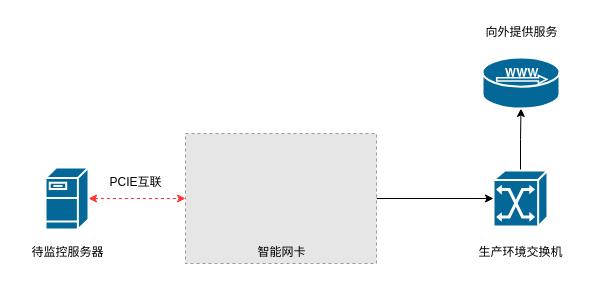
poetlife/diagrams keeps this draw.io diagram as new-monitoring-topology.drawio. Above is the earlier version. Source tidied: cells renumbered, new cells numbered last; positions are measured from the earlier drawing's top-left corner, leaving out a move shared by most shapes. Both pictures are drawn from the tidied source at 100%, with x=0, y=0 at pixel (17, 17). Pictures stored in the file or linked from it are replaced by grey dashed boxes.
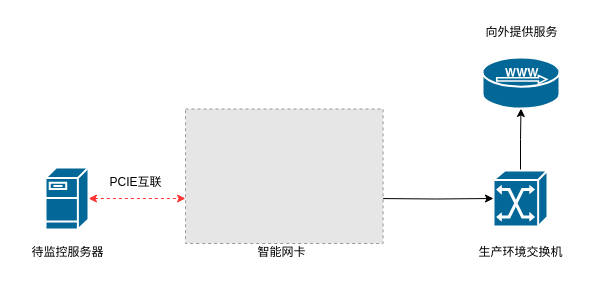
The same diagram, later.

The edit, as a diff of the source:
```diff
@@
 <mxGraphModel>
   <root>
     <mxCell id="0" />
     <mxCell id="1" parent="0" />
-    <mxCell id="2" style="edgeStyle=orthogonalEdgeStyle;rounded=0;jettySize=auto;html=1;exitX=1;exitY=0.5;exitDx=0;exitDy=0;exitPerimeter=0;dashed=1;strokeColor=#FF3333;startArrow=classic;startFill=1;" parent="1" edge="1" source="3" target="11">
-      <mxGeometry relative="1" as="geometry" />
+    <mxCell id="2" style="edgeStyle=orthogonalEdgeStyle;rounded=0;jettySize=auto;html=1;exitX=1;exitY=0.5;exitDx=0;exitDy=0;exitPerimeter=0;dashed=1;strokeColor=#FF3333;startArrow=classic;startFill=1;" parent="1" edge="1" source="3">
+      <mxGeometry relative="1" as="geometry">
+        <mxPoint x="168" y="181" as="targetPoint" />
+      </mxGeometry>
     </mxCell>
     <mxCell id="3" style="shape=mxgraph.cisco.servers.fileserver;sketch=0;html=1;dashed=0;fillColor=#036897;strokeColor=#ffffff;strokeWidth=2;verticalLabelPosition=bottom;verticalAlign=top;align=center;outlineConnect=0;" parent="1" vertex="1">
       <mxGeometry x="28" y="150" width="43" height="62" as="geometry" />
     </mxCell>
     <mxCell id="4" style="edgeStyle=orthogonalEdgeStyle;rounded=0;jettySize=auto;html=1;exitX=0.5;exitY=0;exitDx=0;exitDy=0;exitPerimeter=0;entryX=0.5;entryY=1;entryDx=0;entryDy=0;entryPerimeter=0;" parent="1" edge="1" source="5" target="6">
       <mxGeometry relative="1" as="geometry" />
     </mxCell>
     <mxCell id="5" style="shape=mxgraph.cisco.switches.atm_switch;sketch=0;html=1;dashed=0;fillColor=#036897;strokeColor=#ffffff;strokeWidth=2;verticalLabelPosition=bottom;verticalAlign=top;align=center;outlineConnect=0;" parent="1" vertex="1">
       <mxGeometry x="476" y="153" width="54" height="56" as="geometry" />
     </mxCell>
     <mxCell id="6" style="shape=mxgraph.cisco.servers.microwebserver;sketch=0;html=1;dashed=0;fillColor=#036897;strokeColor=#ffffff;strokeWidth=2;verticalLabelPosition=bottom;verticalAlign=top;align=center;outlineConnect=0;" parent="1" vertex="1">
       <mxGeometry x="465" y="40" width="77" height="51" as="geometry" />
     </mxCell>
     <mxCell id="7" value="待监控服务器" style="text;html=1;align=center;verticalAlign=middle;strokeColor=none;fillColor=none;" parent="1" vertex="1">
       <mxGeometry x="-0.5" y="220" width="100" height="30" as="geometry" />
     </mxCell>
     <mxCell id="8" value="向外提供服务" style="text;html=1;align=center;verticalAlign=middle;strokeColor=none;fillColor=none;" parent="1" vertex="1">
       <mxGeometry x="453.5" width="100" height="30" as="geometry" />
     </mxCell>
     <mxCell id="9" value="生产环境交换机" style="text;html=1;align=center;verticalAlign=middle;strokeColor=none;fillColor=none;" parent="1" vertex="1">
       <mxGeometry x="448" y="220" width="110" height="30" as="geometry" />
     </mxCell>
-    <mxCell id="10" style="edgeStyle=orthogonalEdgeStyle;rounded=0;jettySize=auto;html=1;exitX=1;exitY=0.5;exitDx=0;exitDy=0;entryX=0;entryY=0.5;entryDx=0;entryDy=0;entryPerimeter=0;" parent="1" edge="1" source="11" target="5">
-      <mxGeometry relative="1" as="geometry" />
+    <mxCell id="10" style="edgeStyle=orthogonalEdgeStyle;rounded=0;jettySize=auto;html=1;exitX=1;exitY=0.5;exitDx=0;exitDy=0;entryX=0;entryY=0.5;entryDx=0;entryDy=0;entryPerimeter=0;" parent="1" edge="1" target="5">
+      <mxGeometry relative="1" as="geometry">
+        <mxPoint x="359" y="181" as="sourcePoint" />
+      </mxGeometry>
     </mxCell>
-    <mxCell id="11" style="fillColor=#E6E6E6;strokeColor=#999999;dashed=1;verticalLabelPosition=bottom;labelBackgroundColor=default;verticalAlign=top;" parent="1" vertex="1">
-      <mxGeometry x="168" y="116" width="191" height="130" as="geometry" />
-    </mxCell>
     <mxCell id="12" value="智能网卡" style="text;html=1;align=center;verticalAlign=middle;strokeColor=none;fillColor=none;" parent="1" vertex="1">
       <mxGeometry x="228.5" y="220" width="70" height="30" as="geometry" />
     </mxCell>
     <mxCell id="13" value="PCIE互联" style="text;html=1;align=center;verticalAlign=middle;strokeColor=none;fillColor=none;" parent="1" vertex="1">
       <mxGeometry x="78" y="150" width="80" height="30" as="geometry" />
     </mxCell>
+    <mxCell id="14" style="fillColor=#E6E6E6;strokeColor=#999999;dashed=1;verticalLabelPosition=bottom;labelBackgroundColor=default;verticalAlign=top;" parent="1" vertex="1">
+      <mxGeometry x="168" y="91.5" width="197.6" height="134.5" as="geometry" />
+    </mxCell>
   </root>
 </mxGraphModel>
```
